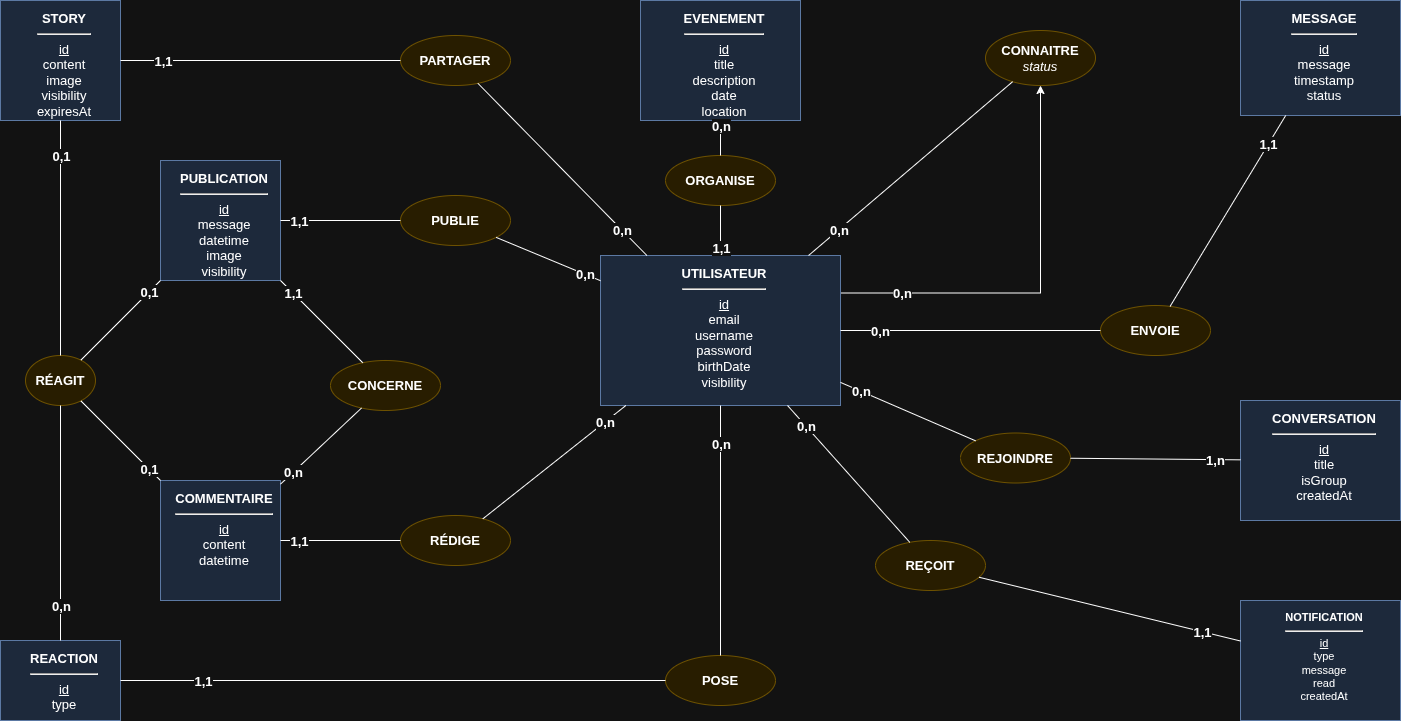
Before: dossier-certification/03-conception/mcd-social-network.drawio.png, a diagram exported from draw.io (CLecart/social-network). Source tidied: cells renumbered, new cells last; positions are measured from the earlier drawing's top-left corner, leaving out a move shared by most shapes.
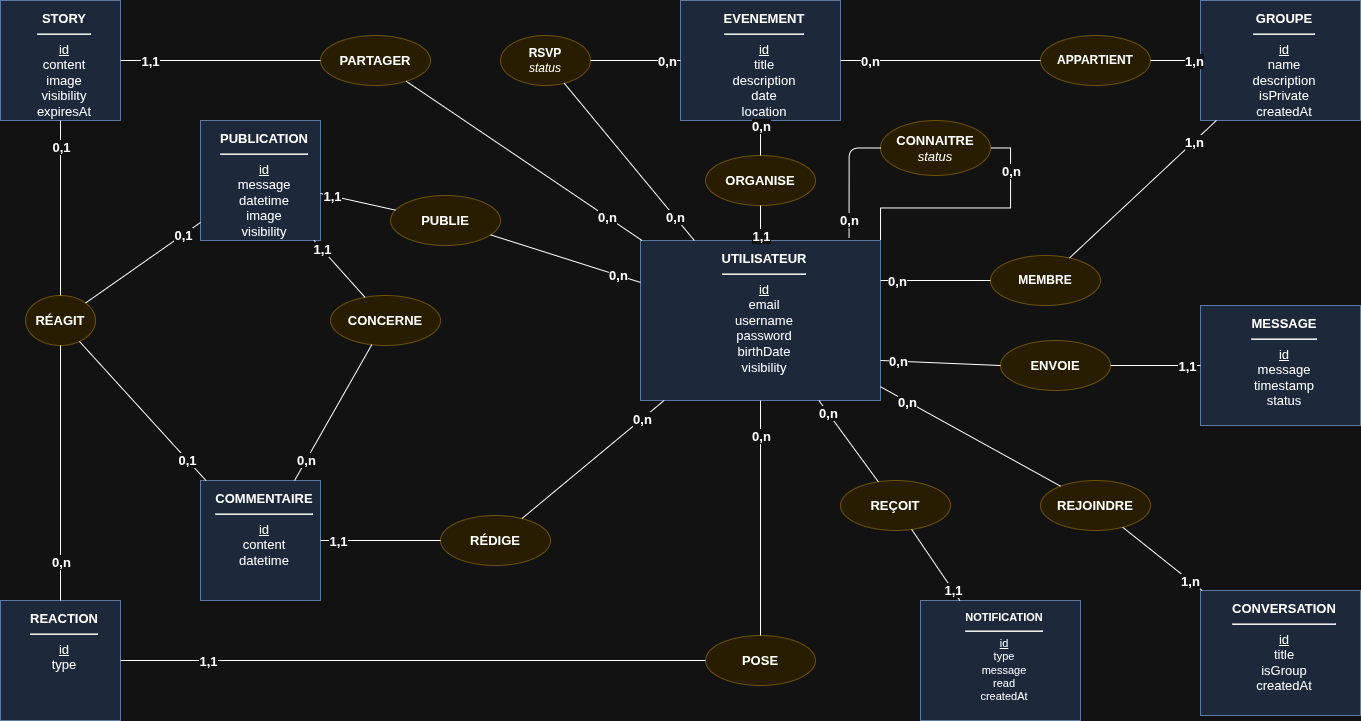
After the change.

Commit message:
fix(mcd): alignement MCD draw.io ↔ dossier ↔ présentation

What changed in the source:
```diff
@@ -2,47 +2,49 @@
   <root>
     <mxCell id="0" />
     <mxCell id="1" parent="0" />
-    <mxCell id="2" style="edgeStyle=orthogonalEdgeStyle;rounded=0;jettySize=auto;html=1;exitX=1;exitY=0.25;exitDx=0;exitDy=0;entryX=0.5;entryY=1;entryDx=0;entryDy=0;" parent="1" edge="1" source="4" target="39">
+    <mxCell id="2" style="rounded=0;jettySize=auto;html=1;endArrow=none;endFill=0;strokeColor=default;exitX=1;exitY=0;exitDx=0;exitDy=0;entryX=1;entryY=0.5;entryDx=0;entryDy=0;edgeStyle=orthogonalEdgeStyle;" parent="1" edge="1" source="4" target="39">
       <mxGeometry relative="1" as="geometry" />
     </mxCell>
     <mxCell id="3" value="0,n" style="edgeLabel;html=1;align=center;verticalAlign=middle;fontSize=13;fontStyle=1;" parent="2" vertex="1">
-      <mxGeometry x="-0.7" relative="1" as="geometry" />
+      <mxGeometry x="-0.7" relative="1" as="geometry">
+        <mxPoint x="126" y="-37" as="offset" />
+      </mxGeometry>
     </mxCell>
     <mxCell id="4" value="&lt;b&gt;UTILISATEUR&lt;/b&gt;&lt;hr&gt;&lt;u&gt;id&lt;/u&gt;&lt;br&gt;email&lt;br&gt;username&lt;br&gt;password&lt;br&gt;birthDate&lt;br&gt;visibility" style="rounded=0;whiteSpace=wrap;html=1;align=center;verticalAlign=top;fillColor=#dae8fc;strokeColor=#6c8ebf;spacingLeft=8;spacingTop=4;fontSize=13;" parent="1" vertex="1">
-      <mxGeometry x="600" y="255" width="240" height="150" as="geometry" />
+      <mxGeometry x="600" y="240" width="240" height="160" as="geometry" />
     </mxCell>
     <mxCell id="5" value="&lt;b&gt;PUBLICATION&lt;/b&gt;&lt;hr&gt;&lt;u&gt;id&lt;/u&gt;&lt;br&gt;message&lt;br&gt;datetime&lt;br&gt;image&lt;br&gt;visibility" style="rounded=0;whiteSpace=wrap;html=1;align=center;verticalAlign=top;fillColor=#dae8fc;strokeColor=#6c8ebf;spacingLeft=8;spacingTop=4;fontSize=13;" parent="1" vertex="1">
-      <mxGeometry x="160" y="160" width="120" height="120" as="geometry" />
+      <mxGeometry x="160" y="120" width="120" height="120" as="geometry" />
     </mxCell>
     <mxCell id="6" value="&lt;b&gt;COMMENTAIRE&lt;/b&gt;&lt;hr&gt;&lt;u&gt;id&lt;/u&gt;&lt;br&gt;content&lt;br&gt;datetime" style="rounded=0;whiteSpace=wrap;html=1;align=center;verticalAlign=top;fillColor=#dae8fc;strokeColor=#6c8ebf;spacingLeft=8;spacingTop=4;fontSize=13;" parent="1" vertex="1">
       <mxGeometry x="160" y="480" width="120" height="120" as="geometry" />
     </mxCell>
     <mxCell id="7" value="&lt;b&gt;MESSAGE&lt;/b&gt;&lt;hr&gt;&lt;u&gt;id&lt;/u&gt;&lt;br&gt;message&lt;br&gt;timestamp&lt;br&gt;status" style="rounded=0;whiteSpace=wrap;html=1;align=center;verticalAlign=top;fillColor=#dae8fc;strokeColor=#6c8ebf;spacingLeft=8;spacingTop=4;fontSize=13;" parent="1" vertex="1">
-      <mxGeometry x="1240" width="160" height="115" as="geometry" />
+      <mxGeometry x="1160" y="305" width="160" height="120" as="geometry" />
     </mxCell>
     <mxCell id="8" value="&lt;b&gt;EVENEMENT&lt;/b&gt;&lt;hr&gt;&lt;u&gt;id&lt;/u&gt;&lt;br&gt;title&lt;br&gt;description&lt;br&gt;date&lt;br&gt;location" style="rounded=0;whiteSpace=wrap;html=1;align=center;verticalAlign=top;fillColor=#dae8fc;strokeColor=#6c8ebf;spacingLeft=8;spacingTop=4;fontSize=13;" parent="1" vertex="1">
       <mxGeometry x="640" width="160" height="120" as="geometry" />
     </mxCell>
     <mxCell id="9" value="&lt;b&gt;CONVERSATION&lt;/b&gt;&lt;hr&gt;&lt;u&gt;id&lt;/u&gt;&lt;br&gt;title&lt;br&gt;isGroup&lt;br&gt;createdAt" style="rounded=0;whiteSpace=wrap;html=1;align=center;verticalAlign=top;fillColor=#dae8fc;strokeColor=#6c8ebf;spacingLeft=8;spacingTop=4;fontSize=13;" parent="1" vertex="1">
-      <mxGeometry x="1240" y="400" width="160" height="120" as="geometry" />
+      <mxGeometry x="1160" y="590" width="160" height="125" as="geometry" />
     </mxCell>
     <mxCell id="10" value="&lt;b&gt;NOTIFICATION&lt;/b&gt;&lt;hr&gt;&lt;u&gt;id&lt;/u&gt;&lt;br&gt;type&lt;br&gt;message&lt;br&gt;read&lt;br&gt;createdAt" style="rounded=0;whiteSpace=wrap;html=1;align=center;verticalAlign=top;fillColor=#dae8fc;strokeColor=#6c8ebf;spacingLeft=8;spacingTop=4;fontSize=11;" parent="1" vertex="1">
-      <mxGeometry x="1240" y="600" width="160" height="120" as="geometry" />
+      <mxGeometry x="880" y="600" width="160" height="120" as="geometry" />
     </mxCell>
     <mxCell id="11" value="&lt;b&gt;STORY&lt;/b&gt;&lt;hr&gt;&lt;u&gt;id&lt;/u&gt;&lt;br&gt;content&lt;br&gt;image&lt;br&gt;visibility&lt;br&gt;expiresAt" style="rounded=0;whiteSpace=wrap;html=1;align=center;verticalAlign=top;fillColor=#dae8fc;strokeColor=#6c8ebf;spacingLeft=8;spacingTop=4;fontSize=13;" parent="1" vertex="1">
-      <mxGeometry width="120" height="120" as="geometry" />
+      <mxGeometry x="-40" width="120" height="120" as="geometry" />
     </mxCell>
     <mxCell id="12" value="&lt;div&gt;&lt;b style=&quot;background-color: transparent; color: light-dark(rgb(0, 0, 0), rgb(255, 255, 255));&quot;&gt;REACTION&lt;/b&gt;&lt;/div&gt;&lt;hr&gt;&lt;u&gt;&lt;div&gt;&lt;u style=&quot;background-color: transparent; color: light-dark(rgb(0, 0, 0), rgb(255, 255, 255));&quot;&gt;id&lt;/u&gt;&lt;/div&gt;&lt;/u&gt;&lt;div&gt;&lt;span style=&quot;background-color: transparent; color: light-dark(rgb(0, 0, 0), rgb(255, 255, 255));&quot;&gt;type&lt;/span&gt;&lt;/div&gt;" style="rounded=0;whiteSpace=wrap;html=1;align=center;verticalAlign=top;fillColor=#dae8fc;strokeColor=#6c8ebf;spacingLeft=8;spacingTop=4;fontSize=13;" parent="1" vertex="1">
-      <mxGeometry y="640" width="120" height="80" as="geometry" />
+      <mxGeometry x="-40" y="600" width="120" height="120" as="geometry" />
     </mxCell>
     <mxCell id="13" value="&lt;b&gt;PARTAGER&lt;/b&gt;" style="ellipse;whiteSpace=wrap;html=1;fillColor=#fff2cc;strokeColor=#d6b656;fontSize=13;" parent="1" vertex="1">
-      <mxGeometry x="400" y="35" width="110" height="50" as="geometry" />
+      <mxGeometry x="280" y="35" width="110" height="50" as="geometry" />
     </mxCell>
     <mxCell id="14" value="&lt;b&gt;POSE&lt;/b&gt;" style="ellipse;whiteSpace=wrap;html=1;fillColor=#fff2cc;strokeColor=#d6b656;fontSize=13;" parent="1" vertex="1">
-      <mxGeometry x="665" y="655" width="110" height="50" as="geometry" />
+      <mxGeometry x="665" y="635" width="110" height="50" as="geometry" />
     </mxCell>
     <mxCell id="15" value="&lt;b&gt;RÉAGIT&lt;/b&gt;" style="ellipse;whiteSpace=wrap;html=1;fillColor=#fff2cc;strokeColor=#d6b656;fontSize=13;" parent="1" vertex="1">
-      <mxGeometry x="25" y="355" width="70" height="50" as="geometry" />
+      <mxGeometry x="-15" y="295" width="70" height="50" as="geometry" />
     </mxCell>
     <mxCell id="16" style="endArrow=none;html=1;" parent="1" edge="1" source="4" target="13">
       <mxGeometry relative="1" as="geometry" />
@@ -93,28 +95,28 @@
       <mxGeometry x="0.7" relative="1" as="geometry" />
     </mxCell>
     <mxCell id="32" value="&lt;b&gt;PUBLIE&lt;/b&gt;" style="ellipse;whiteSpace=wrap;html=1;fillColor=#fff2cc;strokeColor=#d6b656;fontSize=13;" parent="1" vertex="1">
-      <mxGeometry x="400" y="195" width="110" height="50" as="geometry" />
+      <mxGeometry x="350" y="195" width="110" height="50" as="geometry" />
     </mxCell>
     <mxCell id="33" value="&lt;b&gt;RÉDIGE&lt;/b&gt;" style="ellipse;whiteSpace=wrap;html=1;fillColor=#fff2cc;strokeColor=#d6b656;fontSize=13;" parent="1" vertex="1">
       <mxGeometry x="400" y="515" width="110" height="50" as="geometry" />
     </mxCell>
     <mxCell id="34" value="&lt;b&gt;CONCERNE&lt;/b&gt;" style="ellipse;whiteSpace=wrap;html=1;fillColor=#fff2cc;strokeColor=#d6b656;fontSize=13;" parent="1" vertex="1">
-      <mxGeometry x="330" y="360" width="110" height="50" as="geometry" />
+      <mxGeometry x="290" y="295" width="110" height="50" as="geometry" />
     </mxCell>
     <mxCell id="35" value="&lt;b&gt;ENVOIE&lt;/b&gt;" style="ellipse;whiteSpace=wrap;html=1;fillColor=#fff2cc;strokeColor=#d6b656;fontSize=13;" parent="1" vertex="1">
-      <mxGeometry x="1100" y="305" width="110" height="50" as="geometry" />
+      <mxGeometry x="960" y="340" width="110" height="50" as="geometry" />
     </mxCell>
     <mxCell id="36" value="&lt;b&gt;ORGANISE&lt;/b&gt;" style="ellipse;whiteSpace=wrap;html=1;fillColor=#fff2cc;strokeColor=#d6b656;fontSize=13;" parent="1" vertex="1">
       <mxGeometry x="665" y="155" width="110" height="50" as="geometry" />
     </mxCell>
     <mxCell id="37" value="&lt;b&gt;REJOINDRE&lt;/b&gt;" style="ellipse;whiteSpace=wrap;html=1;fillColor=#fff2cc;strokeColor=#d6b656;fontSize=13;" parent="1" vertex="1">
-      <mxGeometry x="960" y="432.5" width="110" height="50" as="geometry" />
+      <mxGeometry x="1000" y="480" width="110" height="50" as="geometry" />
     </mxCell>
     <mxCell id="38" value="&lt;b&gt;REÇOIT&lt;/b&gt;" style="ellipse;whiteSpace=wrap;html=1;fillColor=#fff2cc;strokeColor=#d6b656;fontSize=13;" parent="1" vertex="1">
-      <mxGeometry x="875" y="540" width="110" height="50" as="geometry" />
+      <mxGeometry x="800" y="480" width="110" height="50" as="geometry" />
     </mxCell>
     <mxCell id="39" value="&lt;b&gt;CONNAITRE&lt;/b&gt;&lt;br&gt;&lt;i&gt;status&lt;/i&gt;" style="ellipse;whiteSpace=wrap;html=1;fillColor=#fff2cc;strokeColor=#d6b656;fontSize=13;" parent="1" vertex="1">
-      <mxGeometry x="985" y="30" width="110" height="55" as="geometry" />
+      <mxGeometry x="840" y="120" width="110" height="55" as="geometry" />
     </mxCell>
     <mxCell id="40" style="endArrow=none;html=1;" parent="1" edge="1" source="4" target="32">
       <mxGeometry relative="1" as="geometry" />
@@ -152,13 +154,13 @@
     <mxCell id="51" value="1,1" style="edgeLabel;html=1;align=center;verticalAlign=middle;fontSize=13;fontStyle=1;" parent="50" vertex="1">
       <mxGeometry x="0.7" relative="1" as="geometry" />
     </mxCell>
-    <mxCell id="52" style="endArrow=none;html=1;" parent="1" edge="1" source="4" target="35">
+    <mxCell id="52" style="endArrow=none;html=1;exitX=1;exitY=0.75;exitDx=0;exitDy=0;entryX=0;entryY=0.5;entryDx=0;entryDy=0;" parent="1" edge="1" source="4" target="35">
       <mxGeometry relative="1" as="geometry" />
     </mxCell>
     <mxCell id="53" value="0,n" style="edgeLabel;html=1;align=center;verticalAlign=middle;fontSize=13;fontStyle=1;" parent="52" vertex="1">
       <mxGeometry x="-0.7" relative="1" as="geometry" />
     </mxCell>
-    <mxCell id="54" style="endArrow=none;html=1;" parent="1" edge="1" source="35" target="7">
+    <mxCell id="54" style="endArrow=none;html=1;entryX=0;entryY=0.5;entryDx=0;entryDy=0;" parent="1" edge="1" source="35" target="7">
       <mxGeometry relative="1" as="geometry" />
     </mxCell>
     <mxCell id="55" value="1,1" style="edgeLabel;html=1;align=center;verticalAlign=middle;fontSize=13;fontStyle=1;" parent="54" vertex="1">
@@ -200,11 +202,59 @@
     <mxCell id="67" value="1,1" style="edgeLabel;html=1;align=center;verticalAlign=middle;fontSize=13;fontStyle=1;" parent="66" vertex="1">
       <mxGeometry x="0.7" relative="1" as="geometry" />
     </mxCell>
-    <mxCell id="68" style="endArrow=none;html=1;" parent="1" edge="1" source="4" target="39">
+    <mxCell id="68" style="endArrow=none;html=1;exitX=0.869;exitY=-0.017;exitDx=0;exitDy=0;entryX=0;entryY=0.5;entryDx=0;entryDy=0;edgeStyle=orthogonalEdgeStyle;exitPerimeter=0;" parent="1" edge="1" source="4" target="39">
       <mxGeometry relative="1" as="geometry" />
     </mxCell>
     <mxCell id="69" value="0,n" style="edgeLabel;html=1;align=center;verticalAlign=middle;fontSize=13;fontStyle=1;" parent="68" vertex="1">
       <mxGeometry x="-0.7" relative="1" as="geometry" />
     </mxCell>
+    <mxCell id="70" value="&lt;b&gt;GROUPE&lt;/b&gt;&lt;hr&gt;&lt;u&gt;id&lt;/u&gt;&lt;br&gt;name&lt;br&gt;description&lt;br&gt;isPrivate&lt;br&gt;createdAt" style="rounded=0;whiteSpace=wrap;html=1;align=center;verticalAlign=top;fillColor=#dae8fc;strokeColor=#6c8ebf;spacingLeft=8;spacingTop=4;fontSize=13;" parent="1" vertex="1">
+      <mxGeometry x="1160" width="160" height="120" as="geometry" />
+    </mxCell>
+    <mxCell id="71" value="&lt;b&gt;APPARTIENT&lt;/b&gt;" style="ellipse;whiteSpace=wrap;html=1;fillColor=#fff2cc;strokeColor=#d6b656;fontSize=12;" parent="1" vertex="1">
+      <mxGeometry x="1000" y="35" width="110" height="50" as="geometry" />
+    </mxCell>
+    <mxCell id="72" style="endArrow=none;html=1;" parent="1" edge="1" source="70" target="71">
+      <mxGeometry relative="1" as="geometry" />
+    </mxCell>
+    <mxCell id="73" value="1,n" style="edgeLabel;html=1;align=center;verticalAlign=middle;fontSize=13;fontStyle=1;" parent="72" vertex="1">
+      <mxGeometry x="-0.7" relative="1" as="geometry" />
+    </mxCell>
+    <mxCell id="74" style="endArrow=none;html=1;" parent="1" edge="1" source="71" target="8">
+      <mxGeometry relative="1" as="geometry" />
+    </mxCell>
+    <mxCell id="75" value="0,n" style="edgeLabel;html=1;align=center;verticalAlign=middle;fontSize=13;fontStyle=1;" parent="74" vertex="1">
+      <mxGeometry x="0.7" relative="1" as="geometry" />
+    </mxCell>
+    <mxCell id="76" value="&lt;b&gt;MEMBRE&lt;/b&gt;" style="ellipse;whiteSpace=wrap;html=1;fillColor=#fff2cc;strokeColor=#d6b656;fontSize=12;" parent="1" vertex="1">
+      <mxGeometry x="950" y="255" width="110" height="50" as="geometry" />
+    </mxCell>
+    <mxCell id="77" style="endArrow=none;html=1;entryX=0;entryY=0.5;entryDx=0;entryDy=0;exitX=1;exitY=0.25;exitDx=0;exitDy=0;" parent="1" edge="1" source="4" target="76">
+      <mxGeometry relative="1" as="geometry" />
+    </mxCell>
+    <mxCell id="78" value="0,n" style="edgeLabel;html=1;align=center;verticalAlign=middle;fontSize=13;fontStyle=1;" parent="77" vertex="1">
+      <mxGeometry x="-0.7" relative="1" as="geometry" />
+    </mxCell>
+    <mxCell id="79" style="endArrow=none;html=1;" parent="1" edge="1" source="76" target="70">
+      <mxGeometry relative="1" as="geometry" />
+    </mxCell>
+    <mxCell id="80" value="1,n" style="edgeLabel;html=1;align=center;verticalAlign=middle;fontSize=13;fontStyle=1;" parent="79" vertex="1">
+      <mxGeometry x="0.7" relative="1" as="geometry" />
+    </mxCell>
+    <mxCell id="81" value="&lt;b&gt;RSVP&lt;/b&gt;&lt;br&gt;&lt;i&gt;status&lt;/i&gt;" style="ellipse;whiteSpace=wrap;html=1;fillColor=#fff2cc;strokeColor=#d6b656;fontSize=12;" parent="1" vertex="1">
+      <mxGeometry x="460" y="35" width="90" height="50" as="geometry" />
+    </mxCell>
+    <mxCell id="82" style="endArrow=none;html=1;" parent="1" edge="1" source="4" target="81">
+      <mxGeometry relative="1" as="geometry" />
+    </mxCell>
+    <mxCell id="83" value="0,n" style="edgeLabel;html=1;align=center;verticalAlign=middle;fontSize=13;fontStyle=1;" parent="82" vertex="1">
+      <mxGeometry x="-0.7" relative="1" as="geometry" />
+    </mxCell>
+    <mxCell id="84" style="endArrow=none;html=1;" parent="1" edge="1" source="81" target="8">
+      <mxGeometry relative="1" as="geometry" />
+    </mxCell>
+    <mxCell id="85" value="0,n" style="edgeLabel;html=1;align=center;verticalAlign=middle;fontSize=13;fontStyle=1;" parent="84" vertex="1">
+      <mxGeometry x="0.7" relative="1" as="geometry" />
+    </mxCell>
   </root>
 </mxGraphModel>
```
